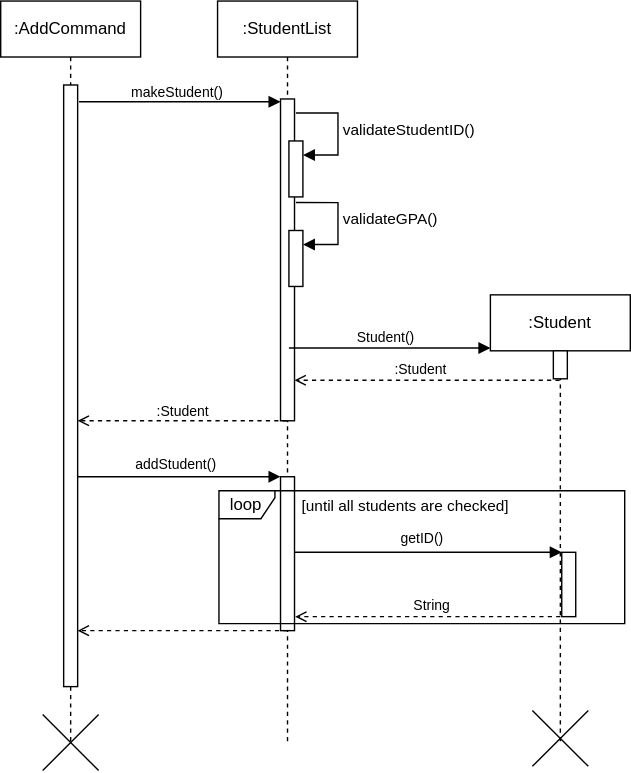
Before: docs/UML_Diagrams/StudentList.drawio.svg, a diagram exported from draw.io (paulktham/tp). Source tidied: cells renumbered, new cells last; positions are measured from the earlier drawing's top-left corner, leaving out a move shared by most shapes.
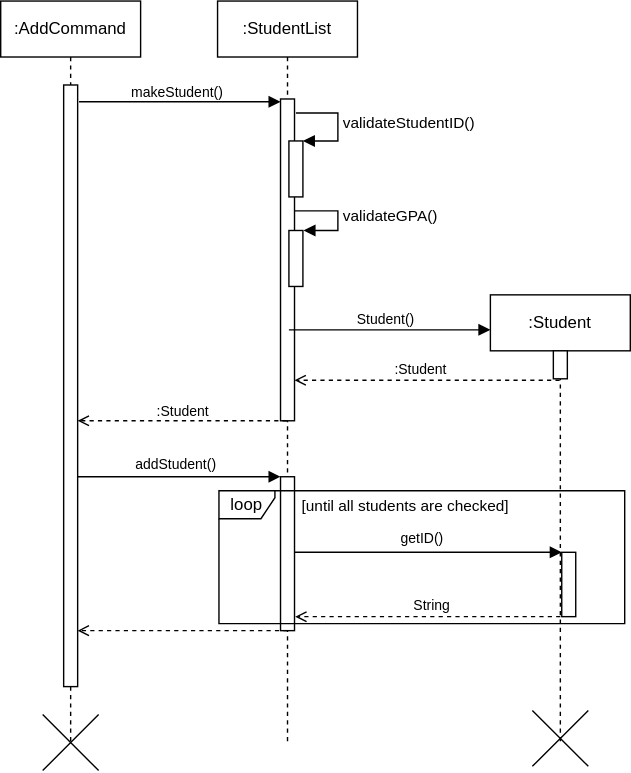
Later version of the same file.

Diff of the diagram source:
```diff
@@ -30,7 +30,8 @@
       <mxGeometry relative="1" as="geometry">
         <mxPoint x="56" y="80" as="sourcePoint" />
         <Array as="points">
-          <mxPoint x="86" y="110" />
+          <mxPoint x="86" y="80" />
+          <mxPoint x="86" y="100" />
         </Array>
       </mxGeometry>
     </mxCell>
@@ -47,7 +48,7 @@
       <mxGeometry x="81" y="50" width="90" height="30" as="geometry" />
     </mxCell>
     <mxCell id="13" value="&lt;font style=&quot;font-size: 10px;&quot;&gt;Student()&lt;/font&gt;" style="text;html=1;align=center;verticalAlign=middle;strokeColor=none;fillColor=none;" parent="1" vertex="1">
-      <mxGeometry x="245" y="225" width="60" height="30" as="geometry" />
+      <mxGeometry x="245" y="212" width="60" height="30" as="geometry" />
     </mxCell>
     <mxCell id="14" style="html=1;verticalAlign=bottom;labelBackgroundColor=none;endArrow=open;endFill=0;dashed=1;rounded=0;" parent="1" edge="1">
       <mxGeometry relative="1" as="geometry">
@@ -90,21 +91,22 @@
     </mxCell>
     <mxCell id="21" style="html=1;verticalAlign=bottom;labelBackgroundColor=none;endArrow=block;endFill=1;rounded=0;" parent="1" edge="1">
       <mxGeometry relative="1" as="geometry">
-        <mxPoint x="206" y="248" as="sourcePoint" />
-        <mxPoint x="350" y="248" as="targetPoint" />
+        <mxPoint x="206" y="235" as="sourcePoint" />
+        <mxPoint x="350" y="235" as="targetPoint" />
         <Array as="points">
-          <mxPoint x="260" y="248" />
+          <mxPoint x="260" y="235" />
         </Array>
       </mxGeometry>
     </mxCell>
     <mxCell id="22" style="html=1;points=[[0,0,0,0,5],[0,1,0,0,-5],[1,0,0,0,5],[1,1,0,0,-5]];perimeter=orthogonalPerimeter;outlineConnect=0;targetShapes=umlLifeline;portConstraint=eastwest;newEdgeStyle={&quot;curved&quot;:0,&quot;rounded&quot;:0};" parent="1" vertex="1">
       <mxGeometry x="206" y="164" width="10" height="40" as="geometry" />
     </mxCell>
-    <mxCell id="23" value="validateGPA()" style="html=1;align=left;spacingLeft=2;endArrow=block;rounded=0;edgeStyle=orthogonalEdgeStyle;curved=0;rounded=0;" parent="1" edge="1" target="22">
+    <mxCell id="23" value="validateGPA()" style="html=1;align=left;spacingLeft=2;endArrow=block;rounded=0;edgeStyle=orthogonalEdgeStyle;curved=0;rounded=0;entryX=1.044;entryY=0.025;entryDx=0;entryDy=0;entryPerimeter=0;" parent="1" edge="1" source="8">
       <mxGeometry relative="1" as="geometry">
-        <mxPoint x="211" y="144" as="sourcePoint" />
+        <mxPoint x="216.4" y="164" as="targetPoint" />
         <Array as="points">
-          <mxPoint x="241" y="174" />
+          <mxPoint x="241" y="150" />
+          <mxPoint x="241" y="164" />
         </Array>
       </mxGeometry>
     </mxCell>
```
